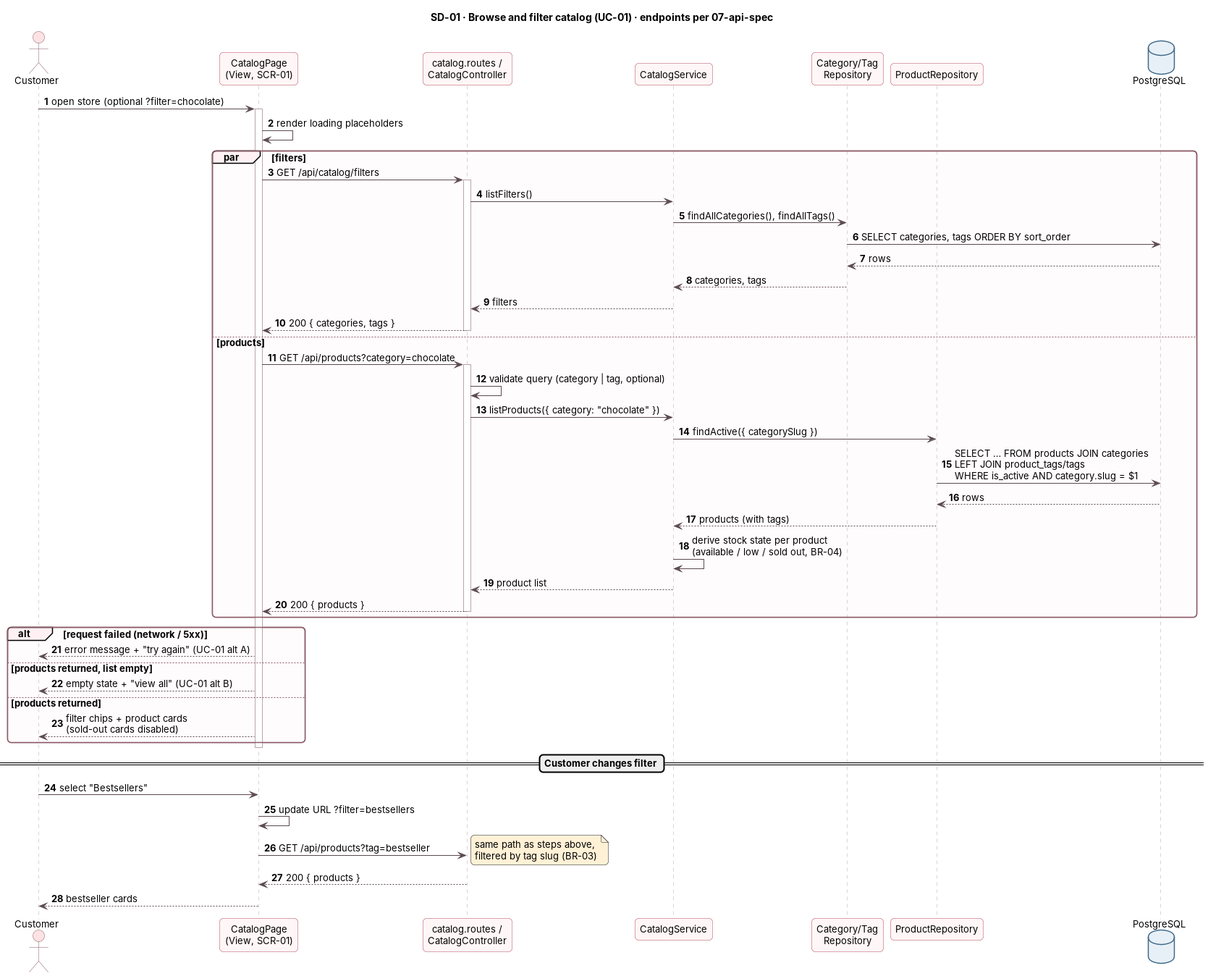
Earlier version of the PlantUML export docs/diagrams/sequence-diagrams/sd-01-browse-catalog.png (tiagopacedev/cupcake-app).
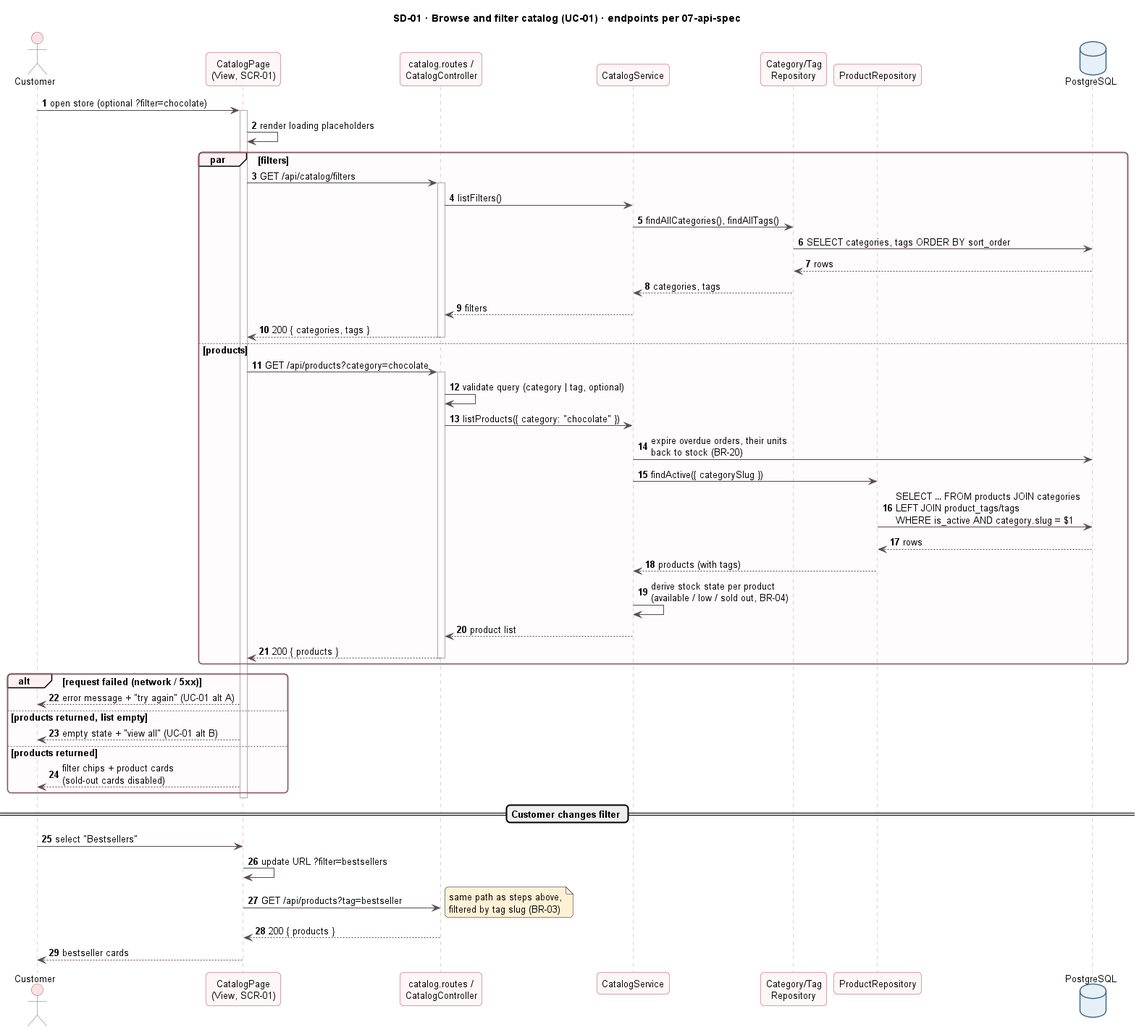
The same file after the commit.

What changed in the source:
```diff
@@ -29,6 +29,7 @@
   activate C
   C -> C : validate query (category | tag, optional)
   C -> S : listProducts({ category: "chocolate" })
+  S -> DB : expire overdue orders, their units\nback to stock (BR-20)
   S -> PR : findActive({ categorySlug })
   PR -> DB : SELECT … FROM products JOIN categories\nLEFT JOIN product_tags/tags\nWHERE is_active AND category.slug = $1
   DB --> PR : rows
```
